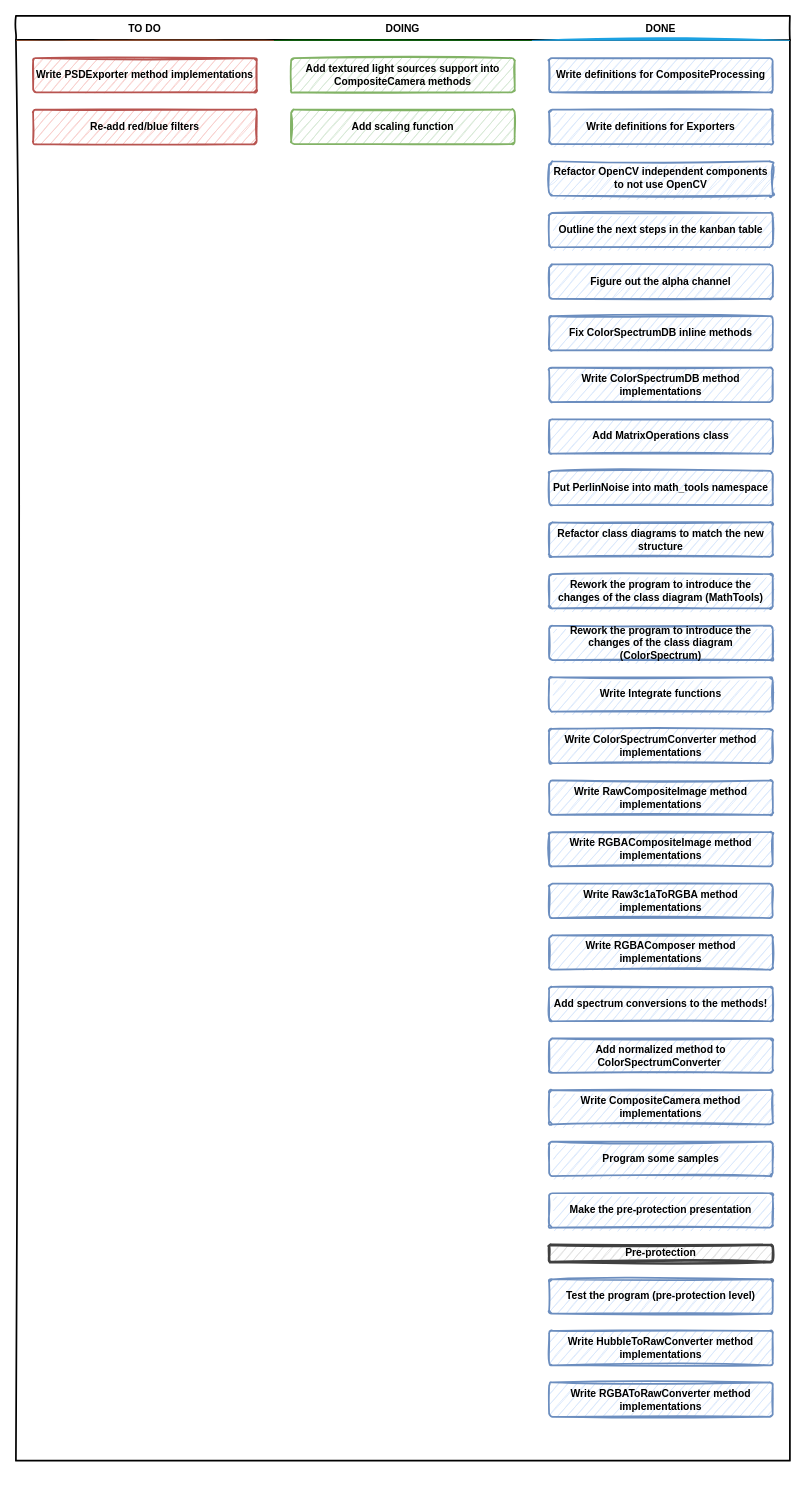
The draw.io diagram Docs/Kanban table.drawio in SpatiumOwl/ComplexSky-2.0, before the edit. Source tidied: cells renumbered, new cells numbered last; positions are measured from the earlier drawing's top-left corner, leaving out a move shared by most shapes. Both pictures are drawn from the tidied source at 86%, with x=0, y=0 at pixel (15, 15).
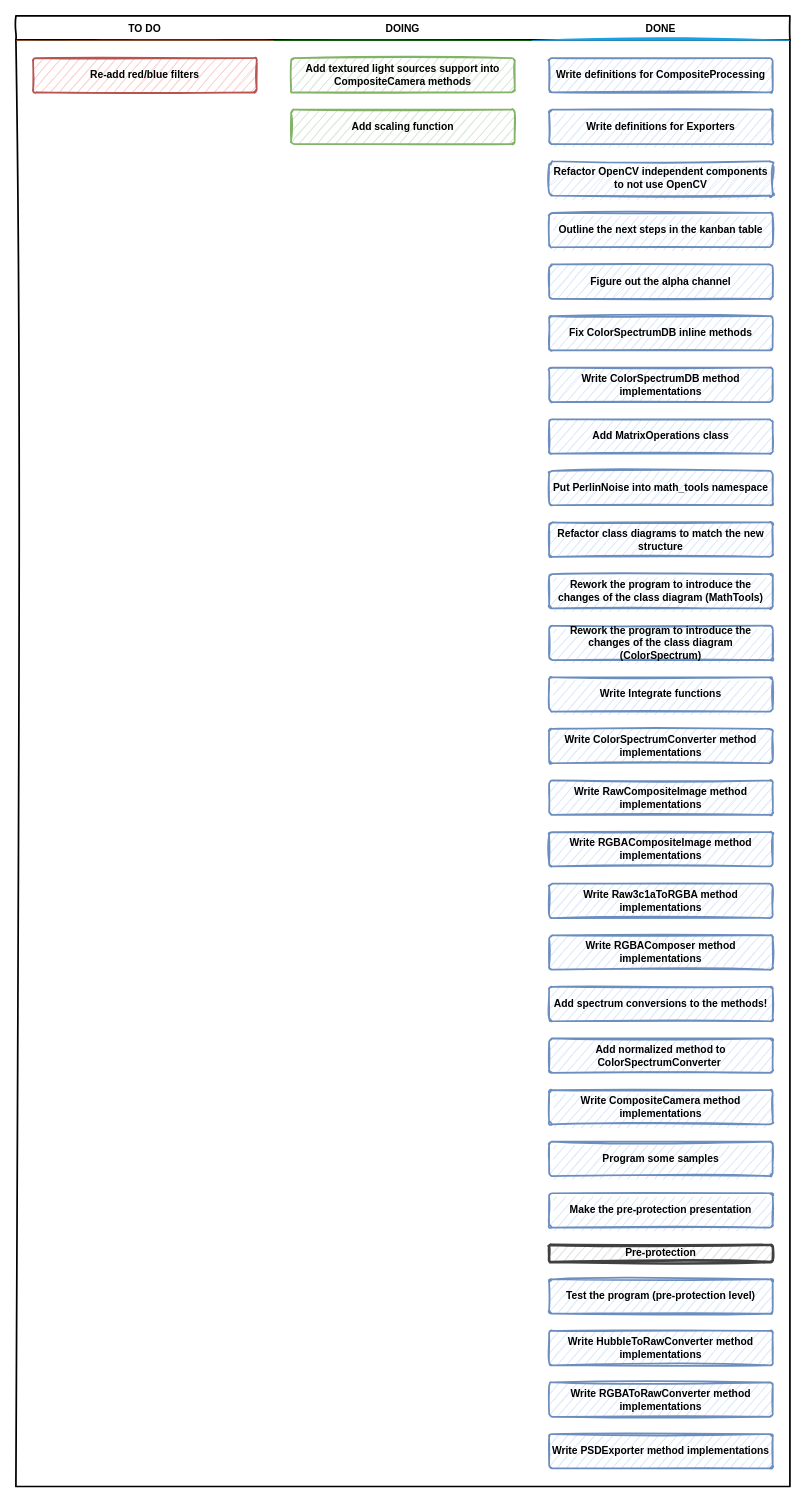
Above is the later version.

Diff of the diagram source:
```diff
@@
     <mxCell id="2" style="swimlane;fontStyle=2;horizontal=1;startSize=28;swimlaneFillColor=none;fontFamily=Permanent Marker;fontSize=16;verticalAlign=top;stackBorder=0;strokeWidth=2;sketch=1;disableMultiStroke=1;" parent="1" vertex="1">
-      <mxGeometry width="900" height="1680" as="geometry" />
+      <mxGeometry width="900" height="1710" as="geometry" />
     </mxCell>
     <mxCell id="3" value="TO DO" style="swimlane;strokeWidth=2;fontFamily=Permanent Marker;html=0;startSize=1;verticalAlign=bottom;spacingBottom=5;stackBorder=20;sketch=1;strokeColor=none;fillStyle=solid;fillColor=#A0522D;" parent="2" vertex="1">
-      <mxGeometry y="28" width="300" height="1652" as="geometry" />
+      <mxGeometry y="28" width="300" height="1682" as="geometry" />
     </mxCell>
-    <mxCell id="4" value="Write PSDExporter method implementations" style="whiteSpace=wrap;html=1;strokeWidth=2;fillColor=#f8cecc;fontStyle=1;spacingTop=0;rounded=1;arcSize=9;sketch=1;fontFamily=Permanent Marker;hachureGap=8;fillWeight=1;strokeColor=#b85450;" parent="3" vertex="1">
-      <mxGeometry x="20" y="21" width="260" height="40" as="geometry" />
-    </mxCell>
     <mxCell id="5" value="Re-add red/blue filters" style="whiteSpace=wrap;html=1;strokeWidth=2;fillColor=#f8cecc;fontStyle=1;spacingTop=0;rounded=1;arcSize=9;sketch=1;fontFamily=Permanent Marker;hachureGap=8;fillWeight=1;strokeColor=#b85450;" parent="3" vertex="1">
-      <mxGeometry x="20" y="81" width="260" height="40" as="geometry" />
+      <mxGeometry x="20" y="21" width="260" height="40" as="geometry" />
     </mxCell>
     <mxCell id="6" value="DOING" style="swimlane;strokeWidth=2;fontFamily=Permanent Marker;html=0;startSize=1;verticalAlign=bottom;spacingBottom=5;stackBorder=20;sketch=1;strokeColor=none;fillStyle=solid;fillColor=#006600;" parent="2" vertex="1">
-      <mxGeometry x="300" y="28" width="300" height="1652" as="geometry" />
+      <mxGeometry x="300" y="28" width="300" height="1682" as="geometry" />
     </mxCell>
@@
     <mxCell id="9" value="DONE" style="swimlane;strokeWidth=2;fontFamily=Permanent Marker;html=0;startSize=1;verticalAlign=bottom;spacingBottom=5;stackBorder=20;sketch=1;strokeColor=none;fillStyle=solid;fillColor=#1BA1E2;" parent="2" vertex="1">
-      <mxGeometry x="600" y="28" width="300" height="1652" as="geometry" />
+      <mxGeometry x="600" y="28" width="300" height="1682" as="geometry" />
     </mxCell>
@@
+    <mxCell id="4" value="Write PSDExporter method implementations" style="whiteSpace=wrap;html=1;strokeWidth=2;fillColor=#dae8fc;fontStyle=1;spacingTop=0;rounded=1;arcSize=9;sketch=1;fontFamily=Permanent Marker;hachureGap=8;fillWeight=1;strokeColor=#6c8ebf;" parent="9" vertex="1">
+      <mxGeometry x="20" y="1621" width="260" height="40" as="geometry" />
+    </mxCell>
```
